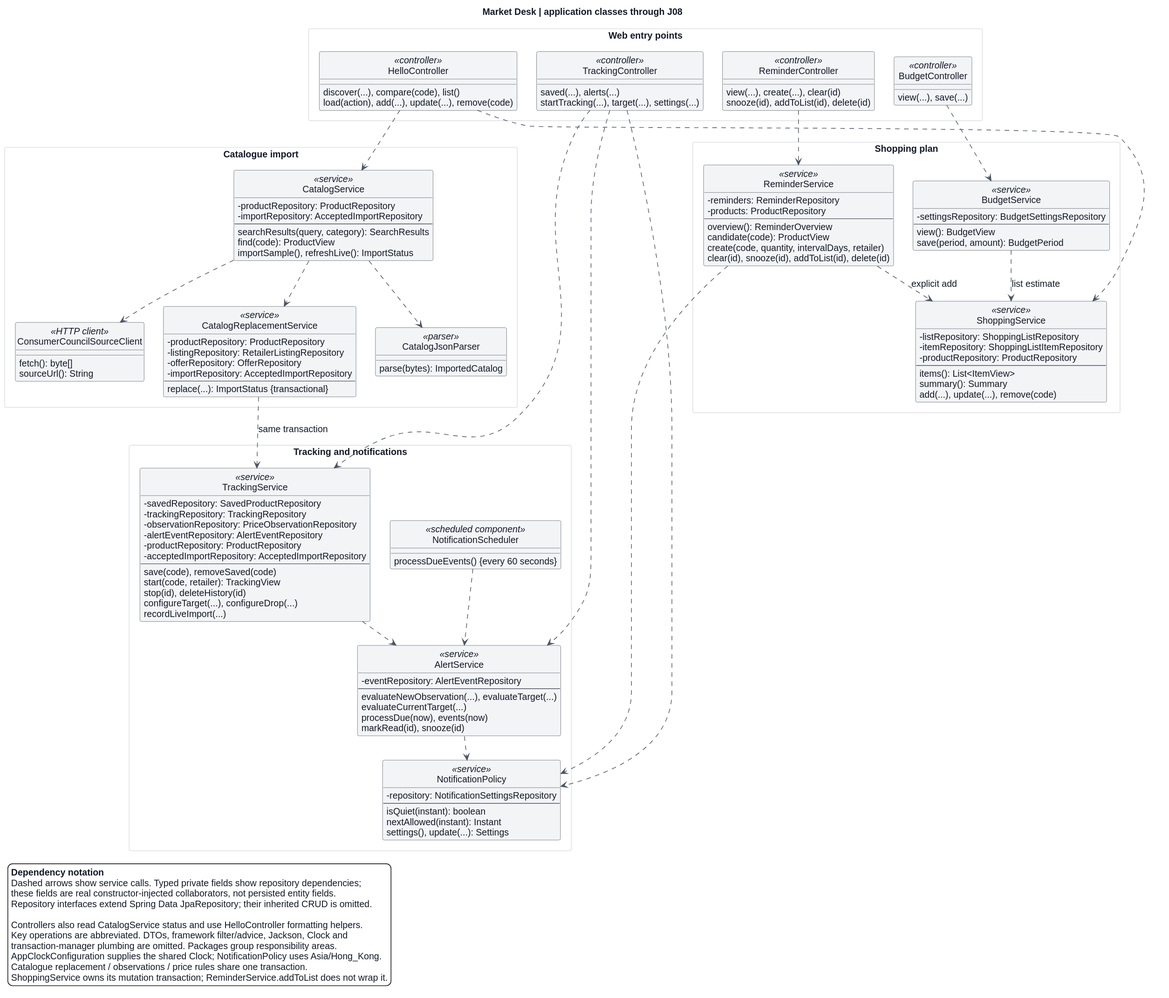
The PlantUML diagram docs/diagrams/j05-j08/application-class.svg in LamHeiKit230208993/CS3383-Project, before a commit. Its diagram source:
```plantuml
@startuml
top to bottom direction
skinparam backgroundColor #ffffff
skinparam defaultFontName Arial
skinparam defaultFontSize 14
skinparam defaultFontColor #111827
skinparam shadowing false
skinparam classAttributeIconSize 0
skinparam classBackgroundColor #f3f4f6
skinparam classBorderColor #4b5563
skinparam arrowColor #4b5563
skinparam packageStyle rectangle
skinparam packageBackgroundColor #ffffff
skinparam packageBorderColor #e5e7eb
skinparam noteBackgroundColor #e5e7eb
skinparam noteBorderColor #4b5563
skinparam nodesep 30
skinparam ranksep 35
hide circle
hide empty methods

title Market Desk | application classes through J08

package "Web entry points" {
  class HelloController <<controller>> {
    discover(...), compare(code), list()
    load(action), add(...), update(...), remove(code)
  }
  class TrackingController <<controller>> {
    saved(...), alerts(...)
    startTracking(...), target(...), settings(...)
  }
  class BudgetController <<controller>> {
    view(...), save(...)
  }
  class ReminderController <<controller>> {
    view(...), create(...), clear(id)
    snooze(id), addToList(id), delete(id)
  }
}
package "Catalogue import" {
  class CatalogService <<service>> {
    - productRepository: ProductRepository
    - importRepository: AcceptedImportRepository
    --
    searchResults(query, category): SearchResults
    find(code): ProductView
    importSample(), refreshLive(): ImportStatus
  }
  class CatalogJsonParser <<parser>> {
    parse(bytes): ImportedCatalog
  }
  class ConsumerCouncilSourceClient <<HTTP client>> {
    fetch(): byte[]
    sourceUrl(): String
  }
  class CatalogReplacementService <<service>> {
    - productRepository: ProductRepository
    - listingRepository: RetailerListingRepository
    - offerRepository: OfferRepository
    - importRepository: AcceptedImportRepository
    --
    replace(...): ImportStatus {transactional}
  }
}
package "Tracking and notifications" {
  class TrackingService <<service>> {
    - savedRepository: SavedProductRepository
    - trackingRepository: TrackingRepository
    - observationRepository: PriceObservationRepository
    - alertEventRepository: AlertEventRepository
    - productRepository: ProductRepository
    - acceptedImportRepository: AcceptedImportRepository
    --
    save(code), removeSaved(code)
    start(code, retailer): TrackingView
    stop(id), deleteHistory(id)
    configureTarget(...), configureDrop(...)
    recordLiveImport(...)
  }
  class AlertService <<service>> {
    - eventRepository: AlertEventRepository
    --
    evaluateNewObservation(...), evaluateTarget(...)
    evaluateCurrentTarget(...)
    processDue(now), events(now)
    markRead(id), snooze(id)
  }
  class NotificationPolicy <<service>> {
    - repository: NotificationSettingsRepository
    --
    isQuiet(instant): boolean
    nextAllowed(instant): Instant
    settings(), update(...): Settings
  }
  class NotificationScheduler <<scheduled component>> {
    processDueEvents() {every 60 seconds}
  }
}
package "Shopping plan" {
  class ShoppingService <<service>> {
    - listRepository: ShoppingListRepository
    - itemRepository: ShoppingListItemRepository
    - productRepository: ProductRepository
    --
    items(): List<ItemView>
    summary(): Summary
    add(...), update(...), remove(code)
  }
  class BudgetService <<service>> {
    - settingsRepository: BudgetSettingsRepository
    --
    view(): BudgetView
    save(period, amount): BudgetPeriod
  }
  class ReminderService <<service>> {
    - reminders: ReminderRepository
    - products: ProductRepository
    --
    overview(): ReminderOverview
    candidate(code): ProductView
    create(code, quantity, intervalDays, retailer)
    clear(id), snooze(id), addToList(id), delete(id)
  }
}

HelloController ..> CatalogService
HelloController ..> ShoppingService
TrackingController ..> TrackingService
TrackingController ..> AlertService
TrackingController ..> NotificationPolicy
BudgetController ..> BudgetService
ReminderController ..> ReminderService
CatalogService ..> CatalogJsonParser
CatalogService ..> ConsumerCouncilSourceClient
CatalogService ..> CatalogReplacementService
CatalogReplacementService ..> TrackingService : same transaction
TrackingService ..> AlertService
AlertService ..> NotificationPolicy
NotificationScheduler ..> AlertService
BudgetService ..> ShoppingService : list estimate
ReminderService ..> ShoppingService : explicit add
ReminderService ..> NotificationPolicy

legend bottom left
  **Dependency notation**
  Dashed arrows show service calls. Typed private fields show repository dependencies;
  these fields are real constructor-injected collaborators, not persisted entity fields.
  Repository interfaces extend Spring Data JpaRepository; their inherited CRUD is omitted.

  Controllers also read CatalogService status and use HelloController formatting helpers.
  Key operations are abbreviated. DTOs, framework filter/advice, Jackson, Clock and
  transaction-manager plumbing are omitted. Packages group responsibility areas.
  AppClockConfiguration supplies the shared Clock; NotificationPolicy uses Asia/Hong_Kong.
  Catalogue replacement / observations / price rules share one transaction.
  ShoppingService owns its mutation transaction; ReminderService.addToList does not wrap it.
endlegend
@enduml
```
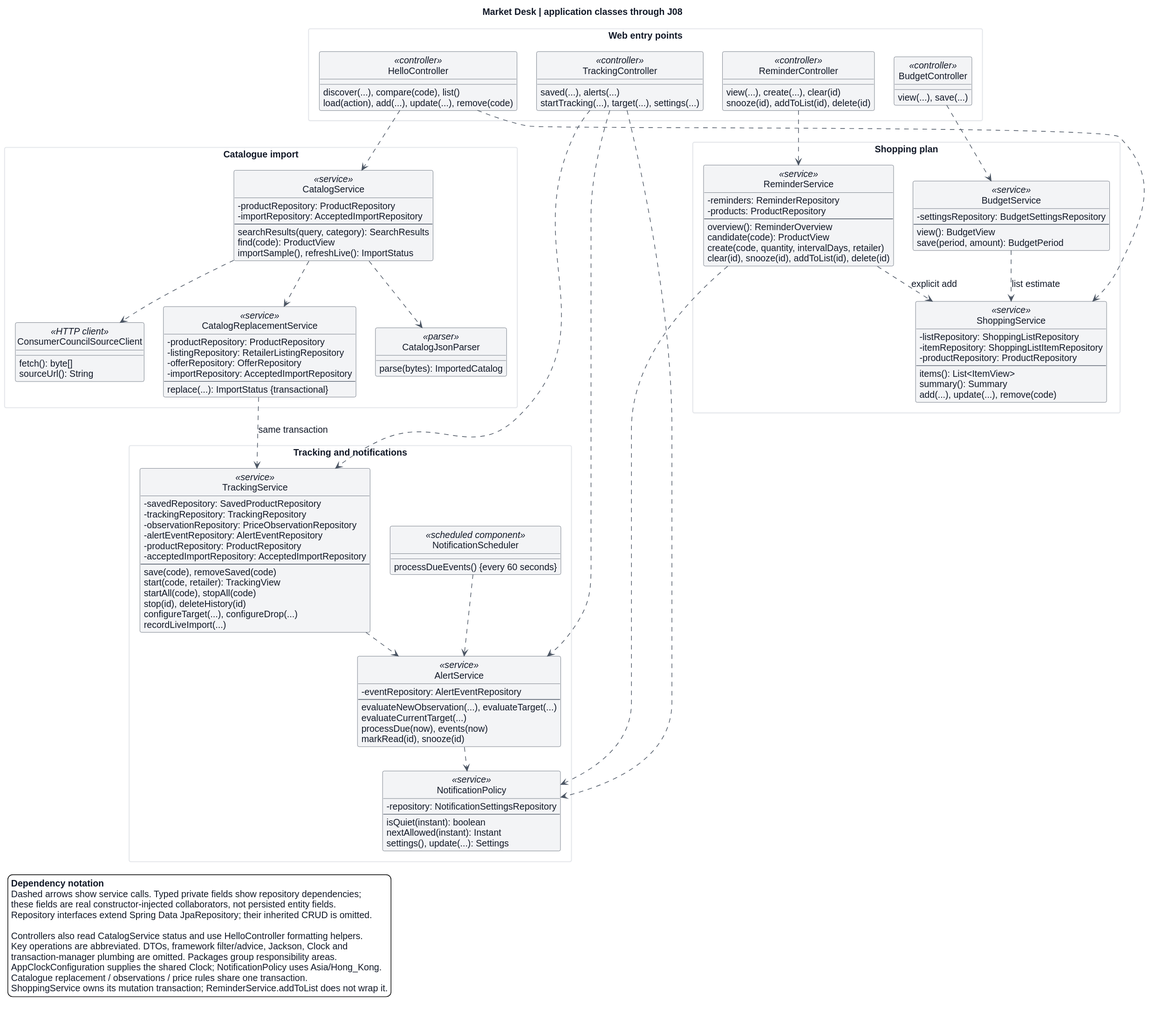
Above is the later version.

Diff of the diagram source:
```diff
@@ -74,6 +74,7 @@
     --
     save(code), removeSaved(code)
     start(code, retailer): TrackingView
+    startAll(code), stopAll(code)
     stop(id), deleteHistory(id)
     configureTarget(...), configureDrop(...)
     recordLiveImport(...)
```
